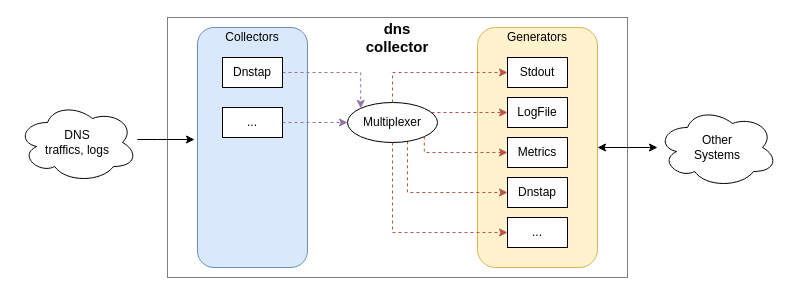
Above: doc/overview.drawio in dmachard/go-dnscollector (draw.io), before the change. Source tidied: cells renumbered, new cells numbered last; positions are measured from the earlier drawing's top-left corner, leaving out a move shared by most shapes. Both pictures are drawn from the tidied source at 100%, with x=0, y=0 at pixel (17, 17).
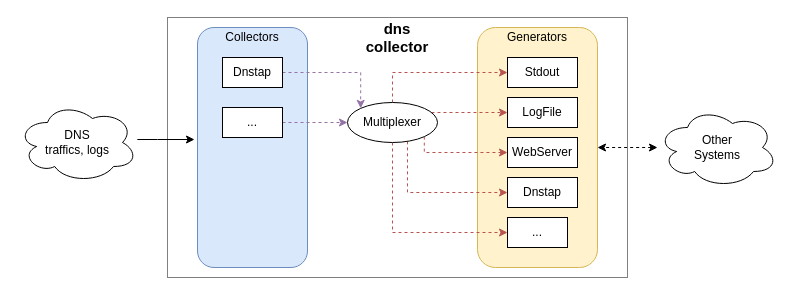
The same diagram, later.

Unchanged cells that the change refers to:
```xml
<mxCell id="6" style="rounded=1;whiteSpace=wrap;html=1;fillColor=#fff2cc;strokeColor=#d6b656;" parent="1" vertex="1">
  <mxGeometry x="460" y="10" width="120" height="240" as="geometry" />
</mxCell>
<mxCell id="25" value="Other&lt;br&gt;Systems" style="ellipse;shape=cloud;whiteSpace=wrap;html=1;" parent="1" vertex="1">
  <mxGeometry x="640" y="90" width="120" height="80" as="geometry" />
</mxCell>
```

The edit, as a diff of the source:
```diff
@@
     <mxCell id="10" value="Stdout" style="rounded=0;whiteSpace=wrap;html=1;" parent="1" vertex="1">
-      <mxGeometry x="490" y="40" width="60" height="30" as="geometry" />
+      <mxGeometry x="490" y="40" width="70" height="30" as="geometry" />
     </mxCell>
     <mxCell id="11" value="LogFile" style="rounded=0;whiteSpace=wrap;html=1;" parent="1" vertex="1">
-      <mxGeometry x="490" y="80" width="60" height="30" as="geometry" />
+      <mxGeometry x="490" y="80" width="70" height="30" as="geometry" />
     </mxCell>
@@
-    <mxCell id="14" value="Metrics" style="rounded=0;whiteSpace=wrap;html=1;" parent="1" vertex="1">
-      <mxGeometry x="490" y="120" width="60" height="30" as="geometry" />
+    <mxCell id="14" value="WebServer" style="rounded=0;whiteSpace=wrap;html=1;" parent="1" vertex="1">
+      <mxGeometry x="490" y="120" width="70" height="30" as="geometry" />
     </mxCell>
     <mxCell id="15" value="Dnstap" style="rounded=0;whiteSpace=wrap;html=1;" parent="1" vertex="1">
-      <mxGeometry x="490" y="160" width="60" height="30" as="geometry" />
+      <mxGeometry x="490" y="160" width="70" height="30" as="geometry" />
     </mxCell>
@@
-    <mxCell id="24" style="edgeStyle=orthogonalEdgeStyle;rounded=0;jettySize=auto;html=1;entryX=1;entryY=0.5;entryDx=0;entryDy=0;startArrow=classic;startFill=1;" parent="1" edge="1" source="25" target="6">
+    <mxCell id="24" style="edgeStyle=orthogonalEdgeStyle;rounded=0;jettySize=auto;html=1;entryX=1;entryY=0.5;entryDx=0;entryDy=0;startArrow=classic;startFill=1;dashed=1;" parent="1" edge="1" source="25" target="6">
       <mxGeometry relative="1" as="geometry" />
     </mxCell>
```
